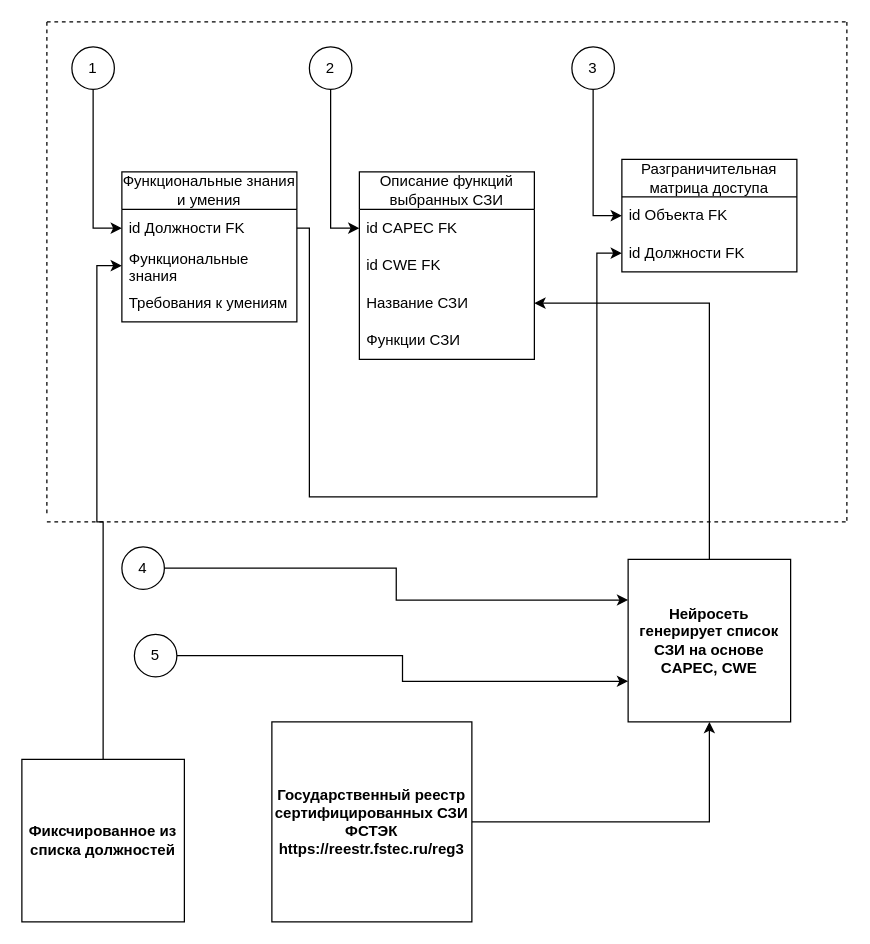
SmirnovBogdan8/Diplom keeps this draw.io diagram as (Обновленная схема ОПЗ) Частные инструкции.drawio. Above is the earlier version. Source tidied: cells renumbered, new cells numbered last; positions are measured from the earlier drawing's top-left corner, leaving out a move shared by most shapes. Both pictures are drawn from the tidied source at 125%, with x=0, y=0 at pixel (21, 21).
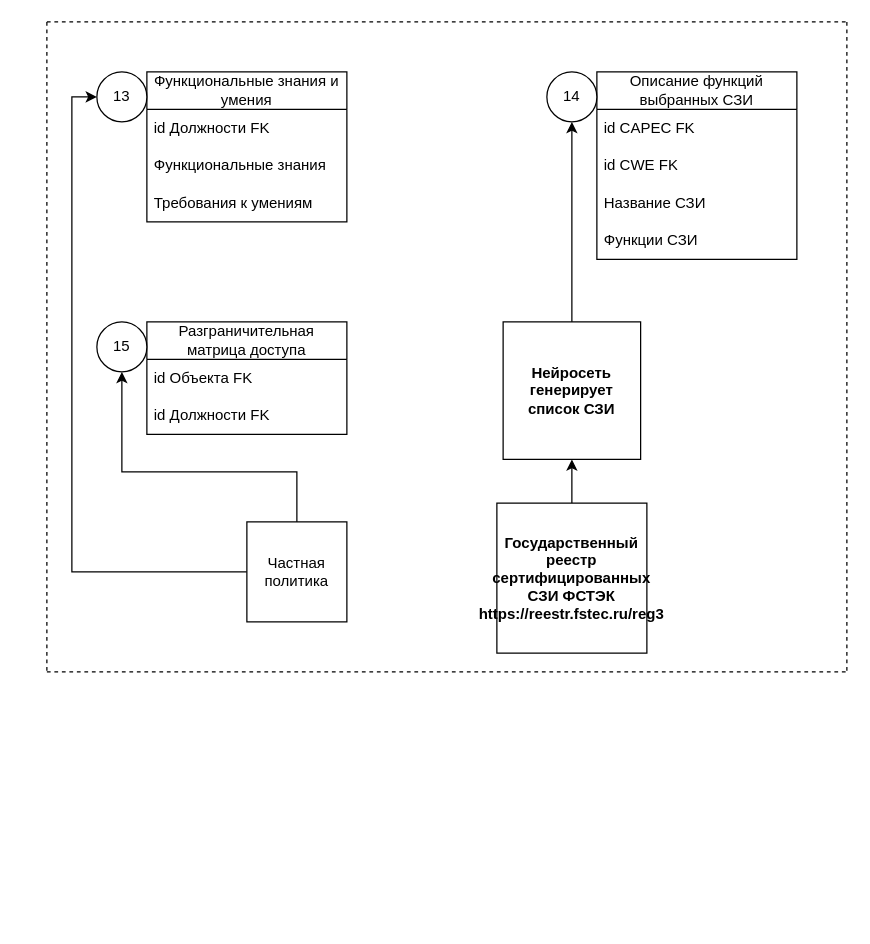
The same diagram, later.

The edit, as a diff of the source:
```diff
@@
     <mxCell id="3" style="endArrow=none;dashed=1;html=1;rounded=0;" parent="1" edge="1">
       <mxGeometry relative="1" as="geometry">
-        <mxPoint x="20" y="400" as="sourcePoint" />
-        <mxPoint x="660" y="400" as="targetPoint" />
+        <mxPoint x="20" y="520" as="sourcePoint" />
+        <mxPoint x="660" y="520" as="targetPoint" />
       </mxGeometry>
     </mxCell>
     <mxCell id="4" style="endArrow=none;dashed=1;html=1;rounded=0;" parent="1" edge="1">
       <mxGeometry relative="1" as="geometry">
         <mxPoint x="20" as="sourcePoint" />
-        <mxPoint x="20" y="395" as="targetPoint" />
+        <mxPoint x="20" y="520" as="targetPoint" />
       </mxGeometry>
     </mxCell>
     <mxCell id="5" style="endArrow=none;dashed=1;html=1;rounded=0;" parent="1" edge="1">
       <mxGeometry relative="1" as="geometry">
         <mxPoint x="660" as="sourcePoint" />
-        <mxPoint x="660" y="400" as="targetPoint" />
+        <mxPoint x="660" y="520" as="targetPoint" />
       </mxGeometry>
     </mxCell>
     <mxCell id="6" value="Функциональные знания и умения" style="swimlane;fontStyle=0;horizontal=1;startSize=30;whiteSpace=wrap;html=1;" parent="1" vertex="1">
-      <mxGeometry x="80" y="120" width="140" height="120" as="geometry" />
+      <mxGeometry x="100" y="40" width="160" height="120" as="geometry" />
     </mxCell>
     <mxCell id="7" value="id Должности FK" style="text;strokeColor=none;fillColor=none;align=left;verticalAlign=middle;spacingLeft=4;spacingRight=4;overflow=hidden;points=[[0,0.5],[1,0.5]];portConstraint=eastwest;whiteSpace=wrap;html=1;" parent="6" vertex="1">
-      <mxGeometry y="30" width="140" height="30" as="geometry" />
+      <mxGeometry y="30" width="160" height="30" as="geometry" />
     </mxCell>
     <mxCell id="8" value="Функциональные знания" style="text;strokeColor=none;fillColor=none;align=left;verticalAlign=middle;spacingLeft=4;spacingRight=4;overflow=hidden;points=[[0,0.5],[1,0.5]];portConstraint=eastwest;whiteSpace=wrap;html=1;" parent="6" vertex="1">
-      <mxGeometry y="60" width="140" height="30" as="geometry" />
+      <mxGeometry y="60" width="160" height="30" as="geometry" />
     </mxCell>
     <mxCell id="9" value="Требования к умениям" style="text;strokeColor=none;fillColor=none;align=left;verticalAlign=middle;spacingLeft=4;spacingRight=4;overflow=hidden;whiteSpace=wrap;html=1;" parent="6" vertex="1">
-      <mxGeometry y="90" width="140" height="30" as="geometry" />
+      <mxGeometry y="90" width="160" height="30" as="geometry" />
     </mxCell>
     <mxCell id="10" value="Описание функций выбранных СЗИ" style="swimlane;fontStyle=0;horizontal=1;startSize=30;whiteSpace=wrap;html=1;" parent="1" vertex="1">
-      <mxGeometry x="270" y="120" width="140" height="150" as="geometry" />
+      <mxGeometry x="460" y="40" width="160" height="150" as="geometry" />
     </mxCell>
     <mxCell id="11" value="id CAPEC FK" style="text;strokeColor=none;fillColor=none;align=left;verticalAlign=middle;spacingLeft=4;spacingRight=4;overflow=hidden;points=[[0,0.5],[1,0.5]];portConstraint=eastwest;whiteSpace=wrap;html=1;" parent="10" vertex="1">
-      <mxGeometry y="30" width="140" height="30" as="geometry" />
+      <mxGeometry y="30" width="160" height="30" as="geometry" />
     </mxCell>
     <mxCell id="12" value="id CWE FK" style="text;strokeColor=none;fillColor=none;align=left;verticalAlign=middle;spacingLeft=4;spacingRight=4;overflow=hidden;whiteSpace=wrap;html=1;" parent="10" vertex="1">
-      <mxGeometry y="60" width="140" height="30" as="geometry" />
+      <mxGeometry y="60" width="160" height="30" as="geometry" />
     </mxCell>
     <mxCell id="13" value="Название СЗИ" style="text;strokeColor=none;fillColor=none;align=left;verticalAlign=middle;spacingLeft=4;spacingRight=4;overflow=hidden;points=[[0,0.5],[1,0.5]];portConstraint=eastwest;whiteSpace=wrap;html=1;" parent="10" vertex="1">
-      <mxGeometry y="90" width="140" height="30" as="geometry" />
+      <mxGeometry y="90" width="160" height="30" as="geometry" />
     </mxCell>
     <mxCell id="14" value="Функции СЗИ" style="text;strokeColor=none;fillColor=none;align=left;verticalAlign=middle;spacingLeft=4;spacingRight=4;overflow=hidden;whiteSpace=wrap;html=1;" parent="10" vertex="1">
-      <mxGeometry y="120" width="140" height="30" as="geometry" />
+      <mxGeometry y="120" width="160" height="30" as="geometry" />
     </mxCell>
     <mxCell id="15" value="Разграничительная матрица доступа" style="swimlane;fontStyle=0;horizontal=1;startSize=30;whiteSpace=wrap;html=1;" parent="1" vertex="1">
-      <mxGeometry x="480" y="110" width="140" height="90" as="geometry" />
+      <mxGeometry x="100" y="240" width="160" height="90" as="geometry" />
     </mxCell>
     <mxCell id="16" value="id Объекта FK" style="text;strokeColor=none;fillColor=none;align=left;verticalAlign=middle;spacingLeft=4;spacingRight=4;overflow=hidden;points=[[0,0.5],[1,0.5]];portConstraint=eastwest;whiteSpace=wrap;html=1;" parent="15" vertex="1">
-      <mxGeometry y="30" width="140" height="30" as="geometry" />
+      <mxGeometry y="30" width="160" height="30" as="geometry" />
     </mxCell>
     <mxCell id="17" value="id Должности FK" style="text;strokeColor=none;fillColor=none;align=left;verticalAlign=middle;spacingLeft=4;spacingRight=4;overflow=hidden;points=[[0,0.5],[1,0.5]];portConstraint=eastwest;whiteSpace=wrap;html=1;" parent="15" vertex="1">
-      <mxGeometry y="60" width="140" height="30" as="geometry" />
+      <mxGeometry y="60" width="160" height="30" as="geometry" />
     </mxCell>
-    <mxCell id="18" style="edgeStyle=orthogonalEdgeStyle;rounded=0;jettySize=auto;html=1;exitX=0.5;exitY=1;exitDx=0;exitDy=0;entryX=0;entryY=0.5;entryDx=0;entryDy=0;" parent="1" edge="1" source="19" target="16">
-      <mxGeometry relative="1" as="geometry" />
-    </mxCell>
-    <mxCell id="19" value="3" style="ellipse;whiteSpace=wrap;html=1;" parent="1" vertex="1">
-      <mxGeometry x="440" y="20" width="34" height="34" as="geometry" />
-    </mxCell>
-    <mxCell id="20" style="edgeStyle=orthogonalEdgeStyle;rounded=0;jettySize=auto;html=1;entryX=0;entryY=0.5;entryDx=0;entryDy=0;" parent="1" edge="1" source="21" target="7">
-      <mxGeometry relative="1" as="geometry" />
-    </mxCell>
-    <mxCell id="21" value="1" style="ellipse;whiteSpace=wrap;html=1;" parent="1" vertex="1">
-      <mxGeometry x="40" y="20" width="34" height="34" as="geometry" />
-    </mxCell>
-    <mxCell id="22" style="edgeStyle=orthogonalEdgeStyle;rounded=0;jettySize=auto;html=1;exitX=0.5;exitY=1;exitDx=0;exitDy=0;entryX=0;entryY=0.5;entryDx=0;entryDy=0;" parent="1" edge="1" source="23" target="11">
-      <mxGeometry relative="1" as="geometry" />
-    </mxCell>
-    <mxCell id="23" value="2" style="ellipse;whiteSpace=wrap;html=1;" parent="1" vertex="1">
-      <mxGeometry x="230" y="20" width="34" height="34" as="geometry" />
-    </mxCell>
-    <mxCell id="24" style="edgeStyle=orthogonalEdgeStyle;rounded=0;jettySize=auto;html=1;exitX=1;exitY=0.5;exitDx=0;exitDy=0;entryX=0;entryY=0.5;entryDx=0;entryDy=0;" parent="1" edge="1" source="7" target="17">
-      <mxGeometry relative="1" as="geometry">
-        <Array as="points">
-          <mxPoint x="230" y="165" />
-          <mxPoint x="230" y="380" />
-          <mxPoint x="460" y="380" />
-          <mxPoint x="460" y="185" />
-        </Array>
-      </mxGeometry>
-    </mxCell>
-    <mxCell id="25" style="edgeStyle=orthogonalEdgeStyle;rounded=0;jettySize=auto;html=1;entryX=0.5;entryY=1;entryDx=0;entryDy=0;" parent="1" edge="1" source="26" target="28">
+    <mxCell id="25" style="edgeStyle=orthogonalEdgeStyle;rounded=0;jettySize=auto;html=1;" parent="1" edge="1" source="26" target="28">
       <mxGeometry relative="1" as="geometry" />
     </mxCell>
     <mxCell id="26" value="&lt;b&gt;Государственный реестр сертифицированных СЗИ ФСТЭК&lt;/b&gt;&lt;br&gt;&lt;b&gt;https://reestr.fstec.ru/reg3&lt;/b&gt;" style="whiteSpace=wrap;html=1;" parent="1" vertex="1">
-      <mxGeometry x="200" y="560" width="160" height="160" as="geometry" />
+      <mxGeometry x="380" y="385" width="120" height="120" as="geometry" />
     </mxCell>
-    <mxCell id="27" style="edgeStyle=orthogonalEdgeStyle;rounded=0;jettySize=auto;html=1;entryX=1;entryY=0.5;entryDx=0;entryDy=0;" parent="1" edge="1" source="28" target="13">
-      <mxGeometry relative="1" as="geometry" />
-    </mxCell>
+    <mxCell id="35" style="edgeStyle=orthogonalEdgeStyle;rounded=0;jettySize=auto;html=1;entryX=0.5;entryY=1;entryDx=0;entryDy=0;" parent="1" edge="1" source="28" target="37">
+      <mxGeometry relative="1" as="geometry" />
+    </mxCell>
-    <mxCell id="28" value="&lt;b&gt;Нейросеть генерирует список СЗИ на основе CAPEC, CWE&lt;/b&gt;" style="whiteSpace=wrap;html=1;" parent="1" vertex="1">
-      <mxGeometry x="485" y="430" width="130" height="130" as="geometry" />
+    <mxCell id="28" value="&lt;b&gt;Нейросеть генерирует список СЗИ&lt;/b&gt;" style="whiteSpace=wrap;html=1;" parent="1" vertex="1">
+      <mxGeometry x="385" y="240" width="110" height="110" as="geometry" />
     </mxCell>
-    <mxCell id="29" style="edgeStyle=orthogonalEdgeStyle;rounded=0;jettySize=auto;html=1;exitX=1;exitY=0.5;exitDx=0;exitDy=0;entryX=0;entryY=0.25;entryDx=0;entryDy=0;" parent="1" edge="1" source="30" target="28">
-      <mxGeometry relative="1" as="geometry" />
-    </mxCell>
-    <mxCell id="30" value="4" style="ellipse;whiteSpace=wrap;html=1;" parent="1" vertex="1">
-      <mxGeometry x="80" y="420" width="34" height="34" as="geometry" />
-    </mxCell>
-    <mxCell id="31" style="edgeStyle=orthogonalEdgeStyle;rounded=0;jettySize=auto;html=1;exitX=1;exitY=0.5;exitDx=0;exitDy=0;entryX=0;entryY=0.75;entryDx=0;entryDy=0;" parent="1" edge="1" source="32" target="28">
-      <mxGeometry relative="1" as="geometry" />
-    </mxCell>
-    <mxCell id="32" value="5" style="ellipse;whiteSpace=wrap;html=1;" parent="1" vertex="1">
-      <mxGeometry x="90" y="490" width="34" height="34" as="geometry" />
-    </mxCell>
-    <mxCell id="33" style="edgeStyle=orthogonalEdgeStyle;rounded=0;jettySize=auto;html=1;entryX=0;entryY=0.5;entryDx=0;entryDy=0;" parent="1" edge="1" source="34" target="8">
-      <mxGeometry relative="1" as="geometry" />
-    </mxCell>
-    <mxCell id="34" value="&lt;b&gt;Фиксчированное из списка должностей&lt;/b&gt;" style="whiteSpace=wrap;html=1;" parent="1" vertex="1">
-      <mxGeometry y="590" width="130" height="130" as="geometry" />
-    </mxCell>
+    <mxCell id="36" value="13" style="ellipse;whiteSpace=wrap;html=1;" parent="1" vertex="1">
+      <mxGeometry x="60" y="40" width="40" height="40" as="geometry" />
+    </mxCell>
+    <mxCell id="37" value="14" style="ellipse;whiteSpace=wrap;html=1;" parent="1" vertex="1">
+      <mxGeometry x="420" y="40" width="40" height="40" as="geometry" />
+    </mxCell>
+    <mxCell id="38" value="15" style="ellipse;whiteSpace=wrap;html=1;" parent="1" vertex="1">
+      <mxGeometry x="60" y="240" width="40" height="40" as="geometry" />
+    </mxCell>
+    <mxCell id="39" style="edgeStyle=orthogonalEdgeStyle;rounded=0;jettySize=auto;html=1;exitX=0.5;exitY=0;exitDx=0;exitDy=0;entryX=0.5;entryY=1;entryDx=0;entryDy=0;" parent="1" edge="1" source="41" target="38">
+      <mxGeometry relative="1" as="geometry">
+        <Array as="points">
+          <mxPoint x="220" y="360" />
+          <mxPoint x="80" y="360" />
+        </Array>
+      </mxGeometry>
+    </mxCell>
+    <mxCell id="40" style="edgeStyle=orthogonalEdgeStyle;rounded=0;jettySize=auto;html=1;exitX=0;exitY=0.5;exitDx=0;exitDy=0;entryX=0;entryY=0.5;entryDx=0;entryDy=0;" parent="1" edge="1" source="41" target="36">
+      <mxGeometry relative="1" as="geometry">
+        <Array as="points">
+          <mxPoint x="40" y="440" />
+          <mxPoint x="40" y="60" />
+        </Array>
+      </mxGeometry>
+    </mxCell>
+    <mxCell id="41" value="Частная политика" style="whiteSpace=wrap;html=1;" parent="1" vertex="1">
+      <mxGeometry x="180" y="400" width="80" height="80" as="geometry" />
+    </mxCell>
```
